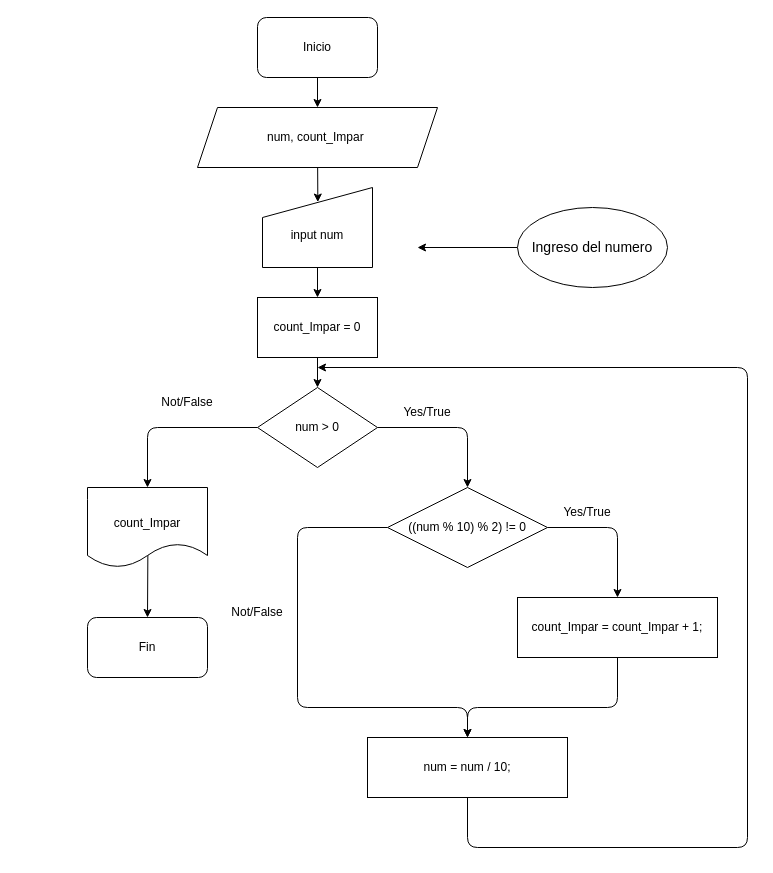
Before: CantidadDeDigitosImparesNum.drawio in AnthonyLozadaAlexander/DiagramaDeFlujos, a draw.io diagram. Source tidied: cells renumbered, new cells numbered last; positions are measured from the earlier drawing's top-left corner, leaving out a move shared by most shapes. Both pictures are drawn from the tidied source at 100%, with x=0, y=0 at pixel (87, 17).
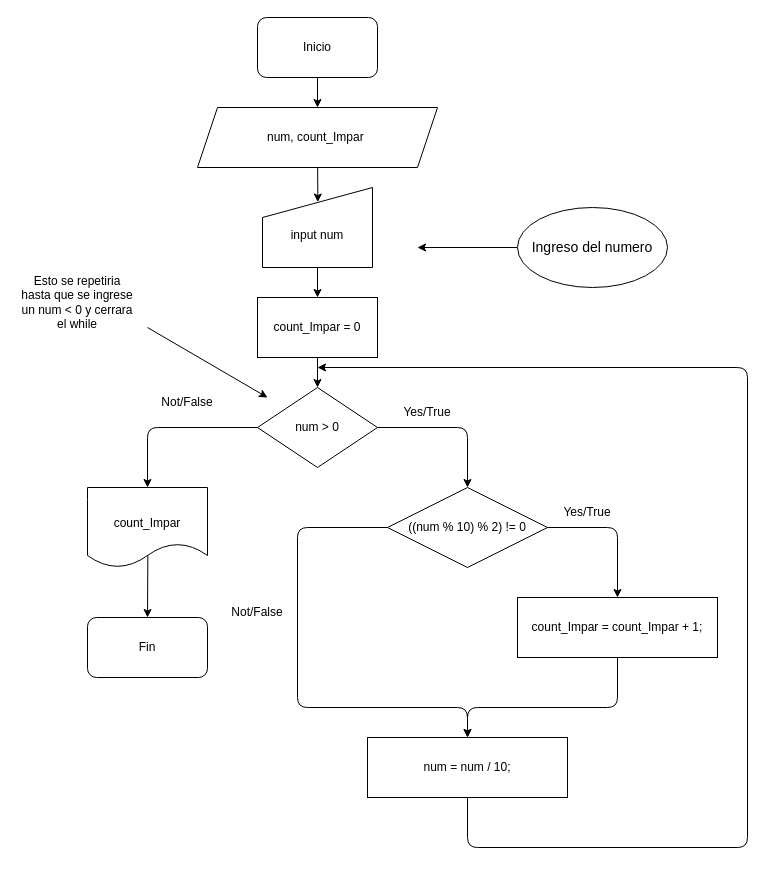
The same diagram, later.

Commit message:
Agregar lógica y actualizar el diagrama de flujo para manejar la condición de cierre en CantidadDeDigitosImparesNum.drawio

What changed in the source:
```diff
@@
+    <mxCell id="29" value="Esto se repetiria hasta que se ingrese un num &amp;lt; 0 y cerrara el while" style="text;html=1;align=center;verticalAlign=middle;whiteSpace=wrap;rounded=0;" parent="1" vertex="1">
+      <mxGeometry x="-70" y="270" width="120" height="30" as="geometry" />
+    </mxCell>
+    <mxCell id="30" style="endArrow=classic;html=1;" parent="1" edge="1">
+      <mxGeometry relative="1" as="geometry">
+        <mxPoint x="60" y="310" as="sourcePoint" />
+        <mxPoint x="180" y="380" as="targetPoint" />
+      </mxGeometry>
+    </mxCell>
```
